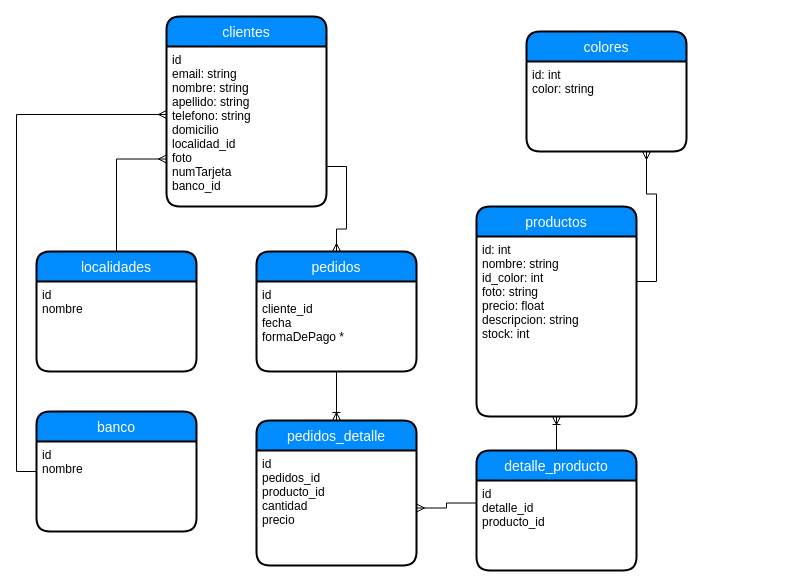
Earlier version of the draw.io diagram UML_DER/DERDarkDeco.drawio (PaulinaMabres/DarkDeco). Source tidied: cells renumbered, new cells numbered last; positions are measured from the earlier drawing's top-left corner, leaving out a move shared by most shapes. Both pictures are drawn from the tidied source at 100%, with x=0, y=0 at pixel (36, 16).
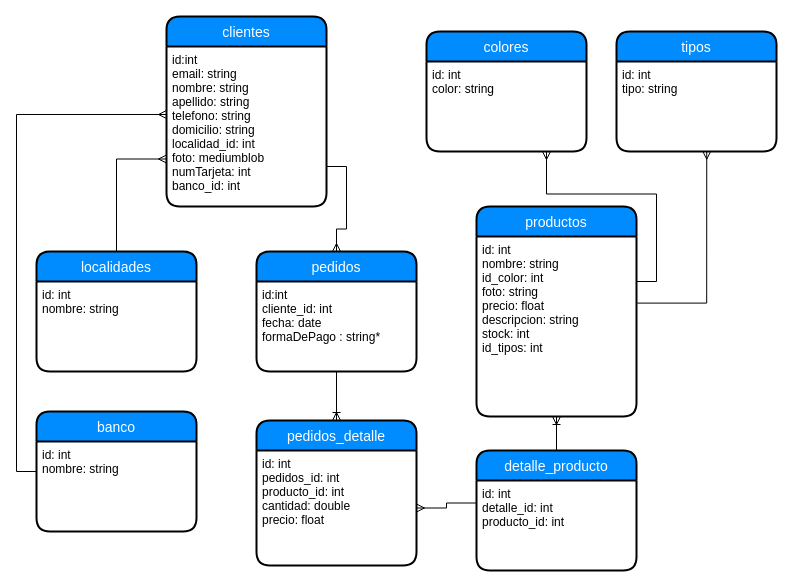
The same page after the edit.

Commit message (it also covers changes not shown here):
Actualizo uml y DER

checkear si está bien o no

The change refers to these unchanged cells:
```xml
<mxCell id="2" value="clientes" style="swimlane;horizontal=1;startSize=30;fillColor=#008cff;fontColor=#FFFFFF;rounded=1;fontSize=14;fontStyle=0;strokeWidth=2;shadow=0;dashed=0;align=center;" parent="1" vertex="1">
  <mxGeometry x="130" width="160" height="190" as="geometry" />
</mxCell>
<mxCell id="6" value="localidades" style="swimlane;horizontal=1;startSize=30;fillColor=#008cff;fontColor=#FFFFFF;rounded=1;fontSize=14;fontStyle=0;strokeWidth=2;shadow=0;dashed=0;align=center;" parent="1" vertex="1">
  <mxGeometry y="235" width="160" height="120" as="geometry" />
</mxCell>
<mxCell id="9" value="banco" style="swimlane;horizontal=1;startSize=30;fillColor=#008cff;fontColor=#FFFFFF;rounded=1;fontSize=14;fontStyle=0;strokeWidth=2;shadow=0;dashed=0;align=center;" parent="1" vertex="1">
  <mxGeometry y="395" width="160" height="120" as="geometry" />
</mxCell>
<mxCell id="11" value="pedidos" style="swimlane;horizontal=1;startSize=30;fillColor=#008cff;fontColor=#FFFFFF;rounded=1;fontSize=14;fontStyle=0;strokeWidth=2;shadow=0;dashed=0;align=center;" parent="1" vertex="1">
  <mxGeometry x="220" y="235" width="160" height="120" as="geometry" />
</mxCell>
<mxCell id="13" value="pedidos_detalle" style="swimlane;horizontal=1;startSize=30;fillColor=#008cff;fontColor=#FFFFFF;rounded=1;fontSize=14;fontStyle=0;strokeWidth=2;shadow=0;dashed=0;align=center;" parent="1" vertex="1">
  <mxGeometry x="220" y="404" width="160" height="145" as="geometry" />
</mxCell>
<mxCell id="16" value="detalle_producto" style="swimlane;horizontal=1;startSize=30;fillColor=#008cff;fontColor=#FFFFFF;rounded=1;fontSize=14;fontStyle=0;strokeWidth=2;shadow=0;dashed=0;align=center;" parent="1" vertex="1">
  <mxGeometry x="440" y="434" width="160" height="120" as="geometry" />
</mxCell>
<mxCell id="20" value="productos" style="swimlane;horizontal=1;startSize=30;fillColor=#008cff;fontColor=#FFFFFF;rounded=1;fontSize=14;fontStyle=0;strokeWidth=2;shadow=0;dashed=0;align=center;" parent="1" vertex="1">
  <mxGeometry x="440" y="190" width="160" height="210" as="geometry" />
</mxCell>
```

Diff of the diagram source:
```diff
@@
-    <mxCell id="3" value="id&#10;email: string&#10;nombre: string&#10;apellido: string&#10;telefono: string&#10;domicilio&#10;localidad_id&#10;foto&#10;numTarjeta&#10;banco_id&#10;&#10;" style="align=left;strokeColor=none;fillColor=none;spacingLeft=4;fontSize=12;verticalAlign=top;" parent="2" vertex="1">
+    <mxCell id="3" value="id:int&#10;email: string&#10;nombre: string&#10;apellido: string&#10;telefono: string&#10;domicilio: string&#10;localidad_id: int&#10;foto: mediumblob&#10;numTarjeta: int&#10;banco_id: int&#10;&#10;" style="align=left;strokeColor=none;fillColor=none;spacingLeft=4;fontSize=12;verticalAlign=top;" parent="2" vertex="1">
       <mxGeometry y="30" width="160" height="160" as="geometry" />
     </mxCell>
@@
-    <mxCell id="7" value="id&#10;nombre&#10;" style="align=left;strokeColor=none;fillColor=none;spacingLeft=4;fontSize=12;verticalAlign=top;" parent="6" vertex="1">
+    <mxCell id="7" value="id: int&#10;nombre: string&#10;" style="align=left;strokeColor=none;fillColor=none;spacingLeft=4;fontSize=12;verticalAlign=top;" parent="6" vertex="1">
       <mxGeometry y="30" width="160" height="90" as="geometry" />
     </mxCell>
@@
-    <mxCell id="10" value="id&#10;nombre&#10;" style="align=left;strokeColor=none;fillColor=none;spacingLeft=4;fontSize=12;verticalAlign=top;" parent="9" vertex="1">
+    <mxCell id="10" value="id: int&#10;nombre: string&#10;" style="align=left;strokeColor=none;fillColor=none;spacingLeft=4;fontSize=12;verticalAlign=top;" parent="9" vertex="1">
       <mxGeometry y="30" width="160" height="90" as="geometry" />
     </mxCell>
@@
-    <mxCell id="12" value="id&#10;cliente_id&#10;fecha&#10;formaDePago *&#10;" style="align=left;strokeColor=none;fillColor=none;spacingLeft=4;fontSize=12;verticalAlign=top;" parent="11" vertex="1">
+    <mxCell id="12" value="id:int&#10;cliente_id: int&#10;fecha: date&#10;formaDePago : string*&#10;" style="align=left;strokeColor=none;fillColor=none;spacingLeft=4;fontSize=12;verticalAlign=top;" parent="11" vertex="1">
       <mxGeometry y="30" width="160" height="90" as="geometry" />
     </mxCell>
@@
-    <mxCell id="14" value="id&#10;pedidos_id&#10;producto_id&#10;cantidad&#10;precio&#10;" style="align=left;strokeColor=none;fillColor=none;spacingLeft=4;fontSize=12;verticalAlign=top;" parent="13" vertex="1">
+    <mxCell id="14" value="id: int&#10;pedidos_id: int&#10;producto_id: int&#10;cantidad: double&#10;precio: float&#10;" style="align=left;strokeColor=none;fillColor=none;spacingLeft=4;fontSize=12;verticalAlign=top;" parent="13" vertex="1">
       <mxGeometry y="30" width="160" height="115" as="geometry" />
     </mxCell>
@@
-    <mxCell id="17" value="id&#10;detalle_id&#10;producto_id&#10;" style="align=left;strokeColor=none;fillColor=none;spacingLeft=4;fontSize=12;verticalAlign=top;" parent="16" vertex="1">
+    <mxCell id="17" value="id: int&#10;detalle_id: int&#10;producto_id: int&#10;" style="align=left;strokeColor=none;fillColor=none;spacingLeft=4;fontSize=12;verticalAlign=top;" parent="16" vertex="1">
       <mxGeometry y="30" width="160" height="90" as="geometry" />
     </mxCell>
-    <mxCell id="18" value="colores" style="swimlane;horizontal=1;startSize=30;fillColor=#008cff;fontColor=#FFFFFF;rounded=1;fontSize=14;fontStyle=0;strokeWidth=2;shadow=0;dashed=0;align=center;" parent="1" vertex="1">
-      <mxGeometry x="490" y="15" width="160" height="120" as="geometry" />
-    </mxCell>
-    <mxCell id="19" value="id: int&#10;color: string&#10;" style="align=left;strokeColor=none;fillColor=none;spacingLeft=4;fontSize=12;verticalAlign=top;" parent="18" vertex="1">
-      <mxGeometry y="30" width="160" height="90" as="geometry" />
-    </mxCell>
@@
-    <mxCell id="21" value="id: int&#10;nombre: string&#10;id_color: int&#10;foto: string&#10;precio: float&#10;descripcion: string&#10;stock: int&#10;&#10;" style="align=left;strokeColor=none;fillColor=none;spacingLeft=4;fontSize=12;verticalAlign=top;" parent="20" vertex="1">
+    <mxCell id="21" value="id: int&#10;nombre: string&#10;id_color: int&#10;foto: string&#10;precio: float&#10;descripcion: string&#10;stock: int&#10;id_tipos: int&#10;" style="align=left;strokeColor=none;fillColor=none;spacingLeft=4;fontSize=12;verticalAlign=top;" parent="20" vertex="1">
       <mxGeometry y="30" width="160" height="180" as="geometry" />
     </mxCell>
@@
+    <mxCell id="18" value="colores" style="swimlane;horizontal=1;startSize=30;fillColor=#008cff;fontColor=#FFFFFF;rounded=1;fontSize=14;fontStyle=0;strokeWidth=2;shadow=0;dashed=0;align=center;" parent="1" vertex="1">
+      <mxGeometry x="390" y="15" width="160" height="120" as="geometry" />
+    </mxCell>
+    <mxCell id="19" value="id: int&#10;color: string&#10;" style="align=left;strokeColor=none;fillColor=none;spacingLeft=4;fontSize=12;verticalAlign=top;" parent="18" vertex="1">
+      <mxGeometry y="30" width="160" height="90" as="geometry" />
+    </mxCell>
+    <mxCell id="25" value="tipos" style="swimlane;horizontal=1;startSize=30;fillColor=#008cff;fontColor=#FFFFFF;rounded=1;fontSize=14;fontStyle=0;strokeWidth=2;shadow=0;dashed=0;align=center;" parent="1" vertex="1">
+      <mxGeometry x="580" y="15" width="160" height="120" as="geometry" />
+    </mxCell>
+    <mxCell id="26" value="id: int&#10;tipo: string&#10;" style="align=left;strokeColor=none;fillColor=none;spacingLeft=4;fontSize=12;verticalAlign=top;" parent="25" vertex="1">
+      <mxGeometry y="30" width="160" height="90" as="geometry" />
+    </mxCell>
+    <mxCell id="27" style="edgeStyle=orthogonalEdgeStyle;rounded=0;jettySize=auto;html=1;exitX=1.005;exitY=0.37;exitDx=0;exitDy=0;entryX=0.564;entryY=0.997;entryDx=0;entryDy=0;endArrow=ERmany;endFill=0;entryPerimeter=0;exitPerimeter=0;" parent="1" edge="1" source="21" target="26">
+      <mxGeometry relative="1" as="geometry" />
+    </mxCell>
```
